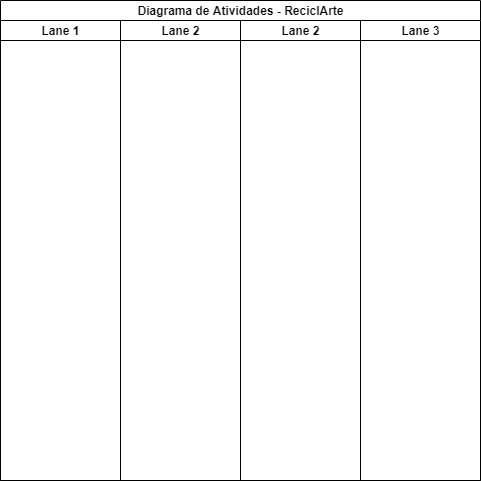
leitoraincomum/engsofII keeps this draw.io diagram as diagramaatividades.png. Above is the earlier version. Source tidied: cells renumbered, new cells last; positions are measured from the earlier drawing's top-left corner, leaving out a move shared by most shapes. Source of this version:
```xml
<mxGraphModel>
  <root>
    <mxCell id="0" />
    <mxCell id="1" parent="0" />
    <mxCell id="2" value="Diagrama de Atividades - ReciclArte" style="swimlane;html=1;startSize=20;" parent="1" vertex="1">
      <mxGeometry width="480" height="480" as="geometry" />
    </mxCell>
    <mxCell id="3" value="Lane 1" style="swimlane;html=1;startSize=20;" parent="2" vertex="1">
      <mxGeometry y="20" width="120" height="460" as="geometry" />
    </mxCell>
    <mxCell id="4" value="Lane 2" style="swimlane;html=1;startSize=20;" parent="2" vertex="1">
      <mxGeometry x="120" y="20" width="120" height="460" as="geometry" />
    </mxCell>
    <mxCell id="5" value="Lane 2" style="swimlane;html=1;startSize=20;" parent="2" vertex="1">
      <mxGeometry x="240" y="20" width="120" height="460" as="geometry" />
    </mxCell>
    <mxCell id="6" value="Lane 3" style="swimlane;html=1;startSize=20;" parent="2" vertex="1">
      <mxGeometry x="360" y="20" width="120" height="460" as="geometry" />
    </mxCell>
  </root>
</mxGraphModel>
```
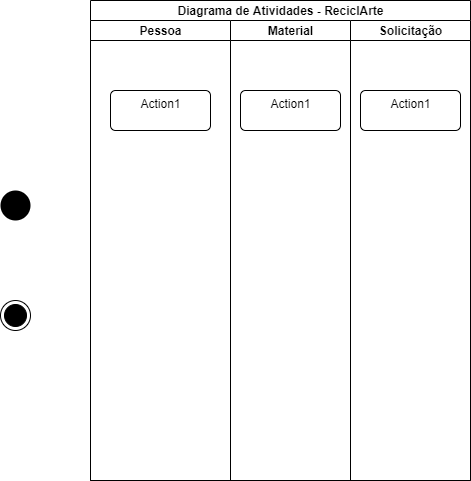
Above is the later version.

What changed in the source:
```diff
@@ -3,19 +3,31 @@
     <mxCell id="0" />
     <mxCell id="1" parent="0" />
     <mxCell id="2" value="Diagrama de Atividades - ReciclArte" style="swimlane;html=1;startSize=20;" parent="1" vertex="1">
-      <mxGeometry width="480" height="480" as="geometry" />
+      <mxGeometry width="380" height="480" as="geometry" />
     </mxCell>
-    <mxCell id="3" value="Lane 1" style="swimlane;html=1;startSize=20;" parent="2" vertex="1">
-      <mxGeometry y="20" width="120" height="460" as="geometry" />
+    <mxCell id="3" value="Pessoa" style="swimlane;html=1;startSize=20;" parent="2" vertex="1">
+      <mxGeometry y="20" width="140" height="460" as="geometry" />
     </mxCell>
+    <mxCell id="7" value="Action1" style="html=1;align=center;verticalAlign=top;rounded=1;absoluteArcSize=1;arcSize=10;dashed=0;" parent="3" vertex="1">
+      <mxGeometry x="20" y="70" width="100" height="40" as="geometry" />
+    </mxCell>
-    <mxCell id="4" value="Lane 2" style="swimlane;html=1;startSize=20;" parent="2" vertex="1">
-      <mxGeometry x="120" y="20" width="120" height="460" as="geometry" />
+    <mxCell id="4" value="Material" style="swimlane;html=1;startSize=20;" parent="2" vertex="1">
+      <mxGeometry x="140" y="20" width="120" height="460" as="geometry" />
     </mxCell>
+    <mxCell id="8" value="Action1" style="html=1;align=center;verticalAlign=top;rounded=1;absoluteArcSize=1;arcSize=10;dashed=0;" parent="4" vertex="1">
+      <mxGeometry x="10" y="70" width="100" height="40" as="geometry" />
+    </mxCell>
-    <mxCell id="5" value="Lane 2" style="swimlane;html=1;startSize=20;" parent="2" vertex="1">
-      <mxGeometry x="240" y="20" width="120" height="460" as="geometry" />
+    <mxCell id="5" value="Solicitação" style="swimlane;html=1;startSize=20;" parent="2" vertex="1">
+      <mxGeometry x="260" y="20" width="120" height="460" as="geometry" />
     </mxCell>
-    <mxCell id="6" value="Lane 3" style="swimlane;html=1;startSize=20;" parent="2" vertex="1">
-      <mxGeometry x="360" y="20" width="120" height="460" as="geometry" />
-    </mxCell>
+    <mxCell id="9" value="Action1" style="html=1;align=center;verticalAlign=top;rounded=1;absoluteArcSize=1;arcSize=10;dashed=0;" parent="5" vertex="1">
+      <mxGeometry x="10" y="70" width="100" height="40" as="geometry" />
+    </mxCell>
+    <mxCell id="10" style="ellipse;fillColor=#000000;strokeColor=none;" parent="1" vertex="1">
+      <mxGeometry x="-90" y="190" width="30" height="30" as="geometry" />
+    </mxCell>
+    <mxCell id="11" style="ellipse;html=1;shape=endState;fillColor=#000000;strokeColor=#000000;" parent="1" vertex="1">
+      <mxGeometry x="-90" y="300" width="30" height="30" as="geometry" />
+    </mxCell>
   </root>
 </mxGraphModel>
```
